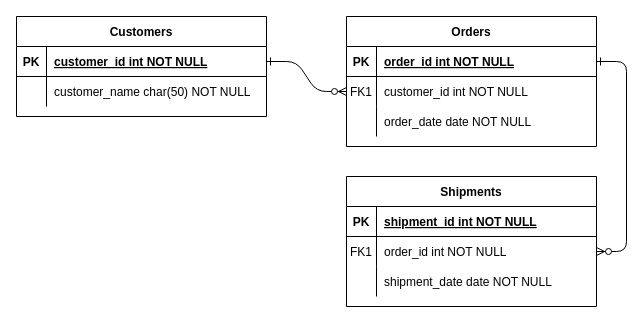
psjys/lecture keeps this draw.io diagram as mealbong_erd.drawio. Above is the earlier version. Source tidied: cells renumbered, new cells numbered last; positions are measured from the earlier drawing's top-left corner, leaving out a move shared by most shapes. Both pictures are drawn from the tidied source at 100%, with x=0, y=0 at pixel (16, 16).
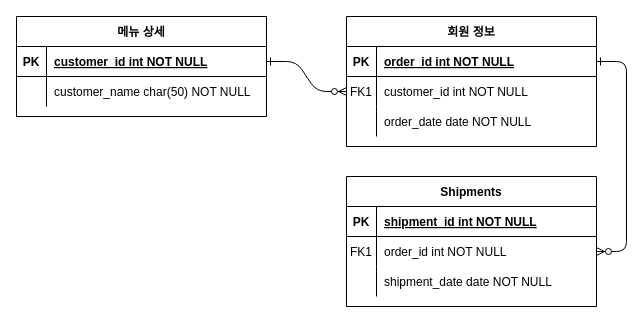
After the change.

The edit, as a diff of the source:
```diff
@@
-    <mxCell id="4" value="Orders" style="shape=table;startSize=30;childLayout=tableLayout;rowLines=0;fontStyle=1;align=center;" parent="1" vertex="1">
+    <mxCell id="4" value="회원 정보" style="shape=table;startSize=30;childLayout=tableLayout;rowLines=0;fontStyle=1;align=center;" parent="1" vertex="1">
       <mxGeometry x="330" width="250" height="130" as="geometry" />
     </mxCell>
@@
-    <mxCell id="24" value="Customers" style="shape=table;startSize=30;childLayout=tableLayout;rowLines=0;fontStyle=1;align=center;" parent="1" vertex="1">
+    <mxCell id="24" value="메뉴 상세" style="shape=table;startSize=30;childLayout=tableLayout;rowLines=0;fontStyle=1;align=center;" parent="1" vertex="1">
       <mxGeometry width="250" height="100" as="geometry" />
     </mxCell>
```
